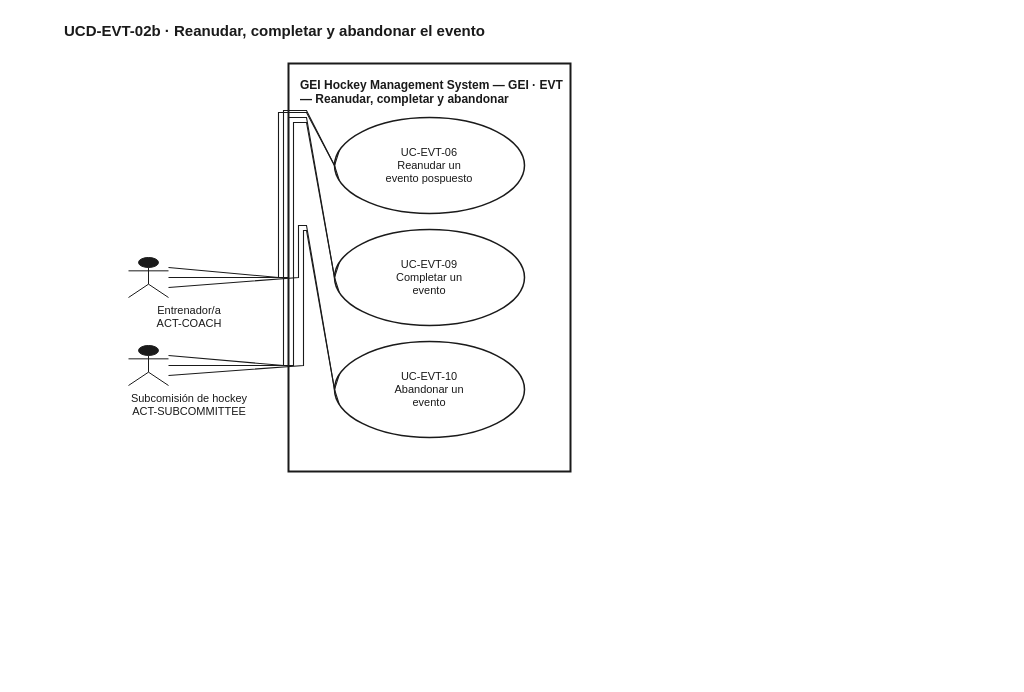
The draw.io diagram docs/uml/use-cases/source-v1_1/UCD-EVT-02b__GEI_Event_State_Transitions.drawio in xeyroxpagode/Cluber, before the edit. Source tidied: cells renumbered, new cells numbered last; positions are measured from the earlier drawing's top-left corner, leaving out a move shared by most shapes. Both pictures are drawn from the tidied source at 100%, with x=0, y=0 at pixel (62, 17).
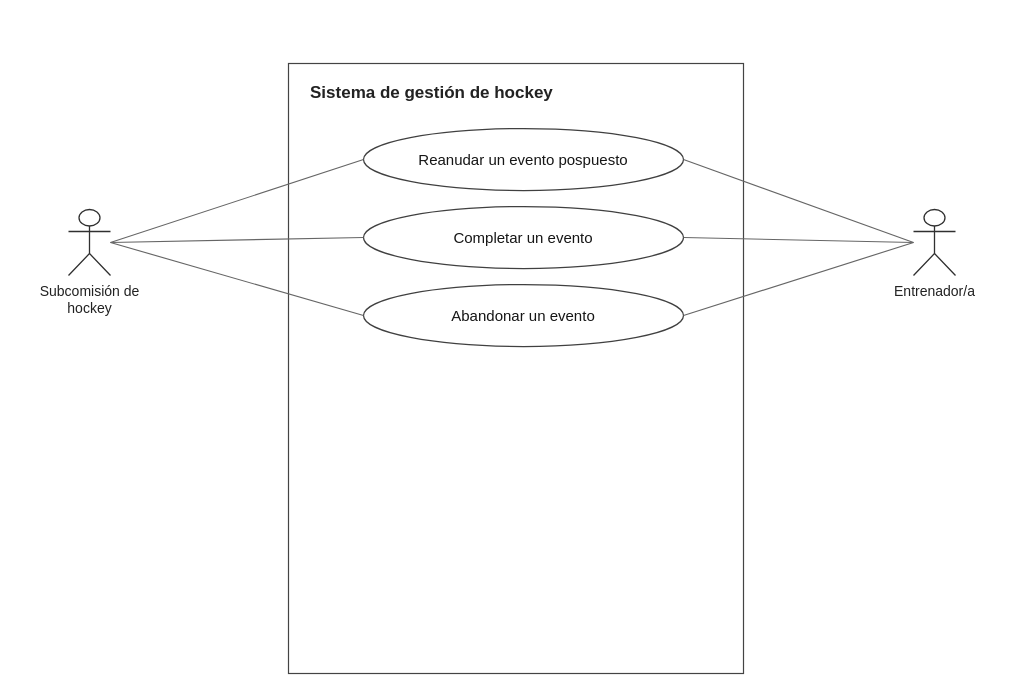
After the change.

Diff of the diagram source:
```diff
@@
-<mxGraphModel>
+<mxGraphModel background="#FFFFFF">
@@
-    <mxCell id="2" value="UCD-EVT-02b · Reanudar, completar y abandonar el evento" style="text;html=1;strokeColor=none;fillColor=none;align=left;verticalAlign=middle;fontFamily=Helvetica;fontSize=15;fontStyle=1;fontColor=#1A1A1A;" parent="1" vertex="1">
-      <mxGeometry width="800" height="26" as="geometry" />
-    </mxCell>
-    <mxCell id="3" value="GEI Hockey Management System — GEI · EVT — Reanudar, completar y abandonar" style="rounded=0;whiteSpace=wrap;html=1;fillColor=#FFFFFF;strokeColor=#1A1A1A;strokeWidth=2;verticalAlign=top;align=left;spacingLeft=10;spacingTop=8;fontFamily=Helvetica;fontSize=12;fontStyle=1;fontColor=#1A1A1A;" parent="1" vertex="1">
-      <mxGeometry x="226" y="46" width="282" height="408" as="geometry" />
+    <mxCell id="3" value="Sistema de gestión de hockey" style="rounded=0;whiteSpace=wrap;html=1;fillColor=#FFFFFF;strokeColor=#444444;strokeWidth=1.2;fontStyle=1;fontSize=17;fontColor=#222222;align=left;verticalAlign=top;spacingLeft=20;spacingTop=13;" parent="1" vertex="1">
+      <mxGeometry x="226" y="46" width="455" height="610" as="geometry" />
     </mxCell>
-    <mxCell id="4" value="UC-EVT-06&lt;br&gt;Reanudar un&lt;br&gt;evento pospuesto" style="ellipse;whiteSpace=wrap;html=1;fillColor=#FFFFFF;strokeColor=#1A1A1A;strokeWidth=1.5;fontFamily=Helvetica;fontSize=11;fontColor=#1A1A1A;align=center;verticalAlign=middle;" parent="1" vertex="1">
-      <mxGeometry x="272" y="100" width="190" height="96" as="geometry" />
-    </mxCell>
-    <mxCell id="5" value="UC-EVT-09&lt;br&gt;Completar un&lt;br&gt;evento" style="ellipse;whiteSpace=wrap;html=1;fillColor=#FFFFFF;strokeColor=#1A1A1A;strokeWidth=1.5;fontFamily=Helvetica;fontSize=11;fontColor=#1A1A1A;align=center;verticalAlign=middle;" parent="1" vertex="1">
-      <mxGeometry x="272" y="212" width="190" height="96" as="geometry" />
-    </mxCell>
-    <mxCell id="6" value="UC-EVT-10&lt;br&gt;Abandonar un&lt;br&gt;evento" style="ellipse;whiteSpace=wrap;html=1;fillColor=#FFFFFF;strokeColor=#1A1A1A;strokeWidth=1.5;fontFamily=Helvetica;fontSize=11;fontColor=#1A1A1A;align=center;verticalAlign=middle;" parent="1" vertex="1">
-      <mxGeometry x="272" y="324" width="190" height="96" as="geometry" />
-    </mxCell>
-    <mxCell id="7" style="shape=umlActor;html=1;verticalLabelPosition=bottom;verticalAlign=top;align=center;labelBackgroundColor=#FFFFFF;fontFamily=Helvetica;fontSize=11;fontColor=#1A1A1A;strokeColor=#1A1A1A;fillColor=#1A1A1A;" parent="1" vertex="1">
-      <mxGeometry x="66" y="240" width="40" height="40" as="geometry" />
-    </mxCell>
-    <mxCell id="8" value="Entrenador/a&lt;br&gt;ACT-COACH" style="text;html=1;strokeColor=none;fillColor=none;align=center;verticalAlign=top;fontFamily=Helvetica;fontSize=11;fontColor=#1A1A1A;whiteSpace=wrap;" parent="1" vertex="1">
-      <mxGeometry x="42" y="280" width="170" height="28" as="geometry" />
-    </mxCell>
-    <mxCell id="9" style="shape=umlActor;html=1;verticalLabelPosition=bottom;verticalAlign=top;align=center;labelBackgroundColor=#FFFFFF;fontFamily=Helvetica;fontSize=11;fontColor=#1A1A1A;strokeColor=#1A1A1A;fillColor=#1A1A1A;" parent="1" vertex="1">
-      <mxGeometry x="66" y="328" width="40" height="40" as="geometry" />
-    </mxCell>
-    <mxCell id="10" value="Subcomisión de hockey&lt;br&gt;ACT-SUBCOMMITTEE" style="text;html=1;strokeColor=none;fillColor=none;align=center;verticalAlign=top;fontFamily=Helvetica;fontSize=11;fontColor=#1A1A1A;whiteSpace=wrap;" parent="1" vertex="1">
-      <mxGeometry x="42" y="368" width="170" height="28" as="geometry" />
-    </mxCell>
-    <mxCell id="11" style="endArrow=none;html=1;rounded=0;strokeColor=#1A1A1A;strokeWidth=1.1;exitX=1;exitY=0.25;exitDx=0;exitDy=0;entryX=0;entryY=0.3333333333333333;entryDx=0;entryDy=0;" parent="1" edge="1" source="7" target="4">
-      <mxGeometry relative="1" as="geometry">
-        <Array as="points">
-          <mxPoint x="216" y="260" />
-          <mxPoint x="216" y="95" />
-          <mxPoint x="244" y="95" />
-          <mxPoint x="272" y="148" />
-        </Array>
-      </mxGeometry>
-    </mxCell>
-    <mxCell id="12" style="endArrow=none;html=1;rounded=0;strokeColor=#1A1A1A;strokeWidth=1.1;exitX=1;exitY=0.25;exitDx=0;exitDy=0;entryX=0;entryY=0.6666666666666666;entryDx=0;entryDy=0;" parent="1" edge="1" source="9" target="4">
-      <mxGeometry relative="1" as="geometry">
-        <Array as="points">
-          <mxPoint x="221" y="348" />
-          <mxPoint x="221" y="93" />
-          <mxPoint x="244" y="93" />
-          <mxPoint x="272" y="148" />
-        </Array>
-      </mxGeometry>
-    </mxCell>
-    <mxCell id="13" style="endArrow=none;html=1;rounded=0;strokeColor=#1A1A1A;strokeWidth=1.1;exitX=1;exitY=0.5;exitDx=0;exitDy=0;entryX=0;entryY=0.3333333333333333;entryDx=0;entryDy=0;" parent="1" edge="1" source="7" target="5">
-      <mxGeometry relative="1" as="geometry">
-        <Array as="points">
-          <mxPoint x="226" y="260" />
-          <mxPoint x="226" y="100" />
-          <mxPoint x="244" y="100" />
-          <mxPoint x="272" y="260" />
-        </Array>
-      </mxGeometry>
-    </mxCell>
-    <mxCell id="14" style="endArrow=none;html=1;rounded=0;strokeColor=#1A1A1A;strokeWidth=1.1;exitX=1;exitY=0.5;exitDx=0;exitDy=0;entryX=0;entryY=0.6666666666666666;entryDx=0;entryDy=0;" parent="1" edge="1" source="9" target="5">
-      <mxGeometry relative="1" as="geometry">
-        <Array as="points">
-          <mxPoint x="231" y="348" />
-          <mxPoint x="231" y="105" />
-          <mxPoint x="244" y="105" />
-          <mxPoint x="272" y="260" />
-        </Array>
-      </mxGeometry>
-    </mxCell>
-    <mxCell id="15" style="endArrow=none;html=1;rounded=0;strokeColor=#1A1A1A;strokeWidth=1.1;exitX=1;exitY=0.75;exitDx=0;exitDy=0;entryX=0;entryY=0.3333333333333333;entryDx=0;entryDy=0;" parent="1" edge="1" source="7" target="6">
-      <mxGeometry relative="1" as="geometry">
-        <Array as="points">
-          <mxPoint x="236" y="260" />
-          <mxPoint x="236" y="208" />
-          <mxPoint x="244" y="208" />
-          <mxPoint x="272" y="372" />
-        </Array>
-      </mxGeometry>
-    </mxCell>
-    <mxCell id="16" style="endArrow=none;html=1;rounded=0;strokeColor=#1A1A1A;strokeWidth=1.1;exitX=1;exitY=0.75;exitDx=0;exitDy=0;entryX=0;entryY=0.6666666666666666;entryDx=0;entryDy=0;" parent="1" edge="1" source="9" target="6">
-      <mxGeometry relative="1" as="geometry">
-        <Array as="points">
-          <mxPoint x="241" y="348" />
-          <mxPoint x="241" y="213" />
-          <mxPoint x="244" y="213" />
-          <mxPoint x="272" y="372" />
-        </Array>
-      </mxGeometry>
-    </mxCell>
+    <mxCell id="17" value="Reanudar un evento pospuesto" style="ellipse;html=1;whiteSpace=wrap;fillColor=#FFFFFF;strokeColor=#404040;strokeWidth=1.25;fontColor=#161616;fontSize=15;align=center;verticalAlign=middle;spacing=10;" parent="1" vertex="1">
+      <mxGeometry x="301" y="111" width="320" height="62" as="geometry" />
+    </mxCell>
+    <mxCell id="18" value="Completar un evento" style="ellipse;html=1;whiteSpace=wrap;fillColor=#FFFFFF;strokeColor=#404040;strokeWidth=1.25;fontColor=#161616;fontSize=15;align=center;verticalAlign=middle;spacing=10;" parent="1" vertex="1">
+      <mxGeometry x="301" y="189" width="320" height="62" as="geometry" />
+    </mxCell>
+    <mxCell id="19" value="Abandonar un evento" style="ellipse;html=1;whiteSpace=wrap;fillColor=#FFFFFF;strokeColor=#404040;strokeWidth=1.25;fontColor=#161616;fontSize=15;align=center;verticalAlign=middle;spacing=10;" parent="1" vertex="1">
+      <mxGeometry x="301" y="267" width="320" height="62" as="geometry" />
+    </mxCell>
+    <mxCell id="20" style="shape=umlActor;html=1;strokeColor=#303030;strokeWidth=1.3;fillColor=#FFFFFF;" parent="1" vertex="1">
+      <mxGeometry x="6" y="192" width="42" height="66" as="geometry" />
+    </mxCell>
+    <mxCell id="21" value="Subcomisión de hockey" style="text;html=1;whiteSpace=wrap;align=center;verticalAlign=top;fontSize=14;fontColor=#222222;fillColor=none;strokeColor=none;" parent="1" vertex="1">
+      <mxGeometry x="-45" y="259" width="145" height="44" as="geometry" />
+    </mxCell>
+    <mxCell id="22" style="shape=umlActor;html=1;strokeColor=#303030;strokeWidth=1.3;fillColor=#FFFFFF;" parent="1" vertex="1">
+      <mxGeometry x="851" y="192" width="42" height="66" as="geometry" />
+    </mxCell>
+    <mxCell id="23" value="Entrenador/a" style="text;html=1;whiteSpace=wrap;align=center;verticalAlign=top;fontSize=14;fontColor=#222222;fillColor=none;strokeColor=none;" parent="1" vertex="1">
+      <mxGeometry x="800" y="259" width="145" height="44" as="geometry" />
+    </mxCell>
+    <mxCell id="24" style="endArrow=none;startArrow=none;html=1;strokeColor=#666666;strokeWidth=1.15;rounded=0;edgeStyle=none;exitX=0;exitY=0.5;entryX=1;entryY=0.5;" parent="1" edge="1" source="22" target="17">
+      <mxGeometry relative="1" as="geometry" />
+    </mxCell>
+    <mxCell id="25" style="endArrow=none;startArrow=none;html=1;strokeColor=#666666;strokeWidth=1.15;rounded=0;edgeStyle=none;exitX=0;exitY=0.5;entryX=1;entryY=0.5;" parent="1" edge="1" source="22" target="18">
+      <mxGeometry relative="1" as="geometry" />
+    </mxCell>
+    <mxCell id="26" style="endArrow=none;startArrow=none;html=1;strokeColor=#666666;strokeWidth=1.15;rounded=0;edgeStyle=none;exitX=0;exitY=0.5;entryX=1;entryY=0.5;" parent="1" edge="1" source="22" target="19">
+      <mxGeometry relative="1" as="geometry" />
+    </mxCell>
+    <mxCell id="27" style="endArrow=none;startArrow=none;html=1;strokeColor=#666666;strokeWidth=1.15;rounded=0;edgeStyle=none;exitX=1;exitY=0.5;entryX=0;entryY=0.5;" parent="1" edge="1" source="20" target="17">
+      <mxGeometry relative="1" as="geometry" />
+    </mxCell>
+    <mxCell id="28" style="endArrow=none;startArrow=none;html=1;strokeColor=#666666;strokeWidth=1.15;rounded=0;edgeStyle=none;exitX=1;exitY=0.5;entryX=0;entryY=0.5;" parent="1" edge="1" source="20" target="18">
+      <mxGeometry relative="1" as="geometry" />
+    </mxCell>
+    <mxCell id="29" style="endArrow=none;startArrow=none;html=1;strokeColor=#666666;strokeWidth=1.15;rounded=0;edgeStyle=none;exitX=1;exitY=0.5;entryX=0;entryY=0.5;" parent="1" edge="1" source="20" target="19">
+      <mxGeometry relative="1" as="geometry" />
+    </mxCell>
```
